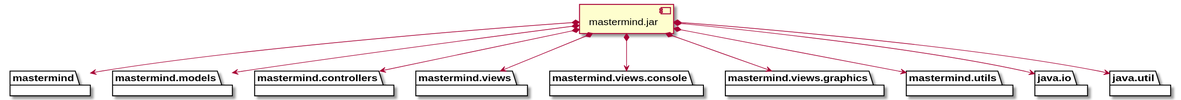
The PlantUML diagram modelViewPresenter/presentationModel/basic/docs/diagrams/out/vistas/desarrollo_implementacion.svg in SantaTecla-mastermind/solution.java.swing.socket.sql, before a commit.
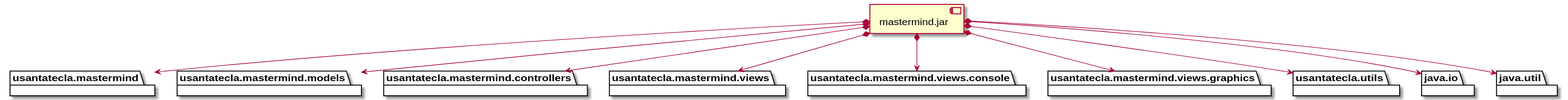
The same file after the commit.

What changed in the source:
```diff
@@ -1,17 +1,17 @@
 @startuml
-package "  "  as mastermind {
+package "  "  as usantatecla.mastermind {
 }
-package "  "  as mastermind.models {
+package "  "  as usantatecla.mastermind.models {
 }
-package "  "  as mastermind.controllers{
+package "  "  as usantatecla.mastermind.controllers{
 }
-package "  "  as mastermind.views {
+package "  "  as usantatecla.mastermind.views {
 }
-package "  "  as mastermind.views.console {
+package "  "  as usantatecla.mastermind.views.console {
 }
-package "  "  as mastermind.views.graphics {
+package "  "  as usantatecla.mastermind.views.graphics {
 }
-package "  "  as mastermind.utils {
+package "  "  as usantatecla.utils {
 }
 package "  "  as java.io {
 }
@@ -20,13 +20,13 @@
 
 [mastermind.jar] as jar
 
-jar *--> mastermind
-jar *--> mastermind.models
-jar *--> mastermind.controllers
-jar *--> mastermind.views
-jar *--> mastermind.views.console
-jar *--> mastermind.views.graphics
-jar *--> mastermind.utils
+jar *--> usantatecla.mastermind
+jar *--> usantatecla.mastermind.models
+jar *--> usantatecla.mastermind.controllers
+jar *--> usantatecla.mastermind.views
+jar *--> usantatecla.mastermind.views.console
+jar *--> usantatecla.mastermind.views.graphics
+jar *--> usantatecla.utils
 jar *--> java.io
 jar *--> java.util
 @enduml
```
